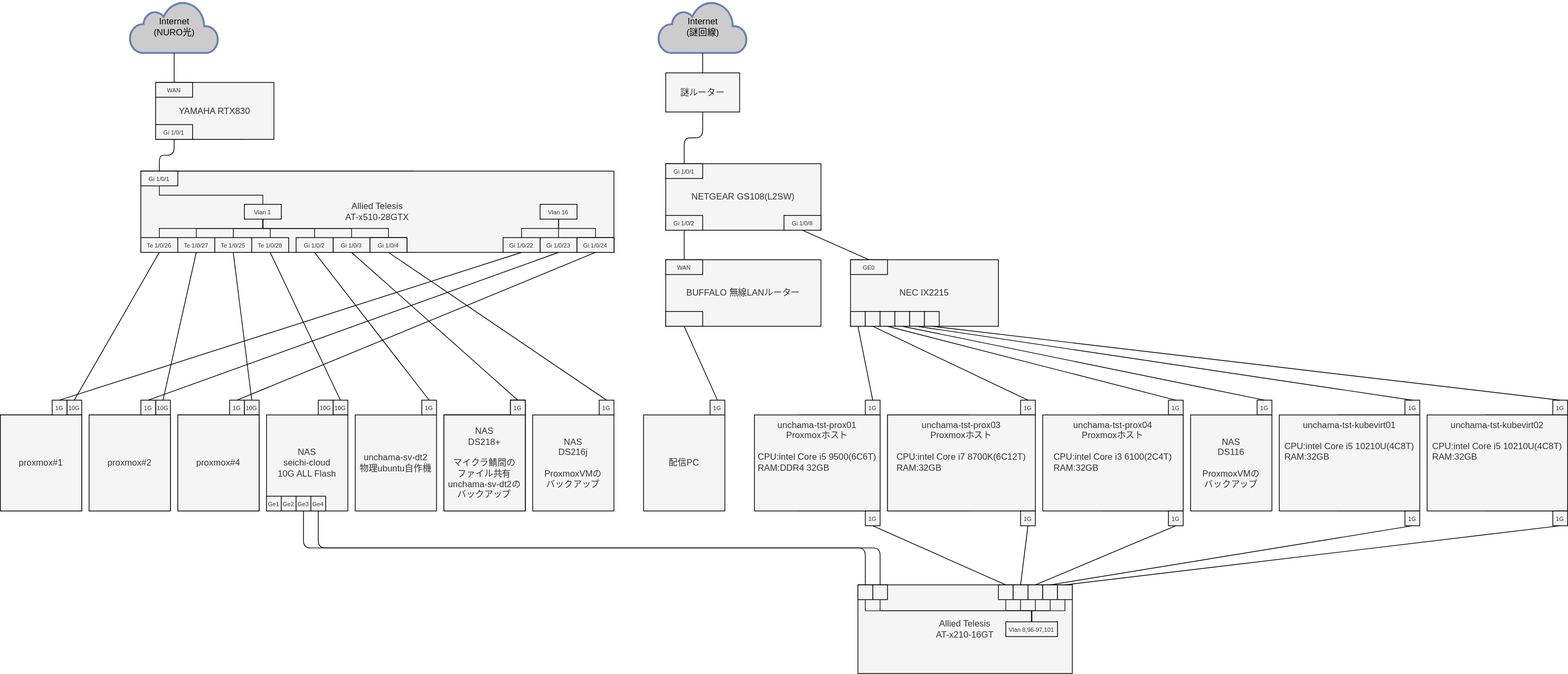
Earlier version of the draw.io export diagrams/unchama-home-infra-gen01.drawio.svg (GiganticMinecraft/seichi_infra). Source tidied: cells renumbered, new cells last; positions are measured from the earlier drawing's top-left corner, leaving out a move shared by most shapes.
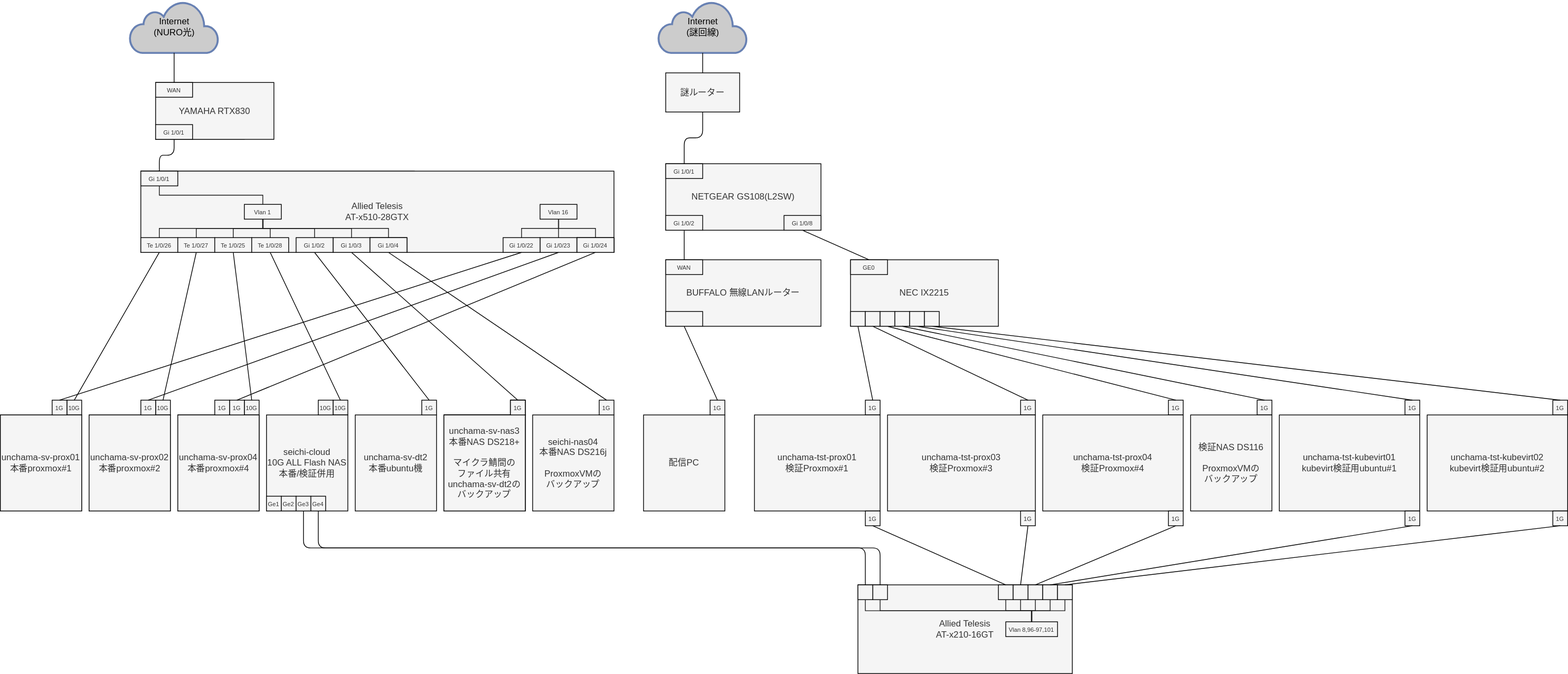
The same file after the commit.

Commit message:
docs: 現行のコンピュートリソースを表にする

Change to the diagram source:
```diff
@@ -50,13 +50,13 @@
     <mxCell id="17" value="&lt;font style=&quot;font-size: 8px&quot;&gt;Te 1/0/26&lt;/font&gt;" style="rounded=0;whiteSpace=wrap;html=1;fillColor=#f5f5f5;strokeColor=#000000;fontColor=#333333;align=center;verticalAlign=middle;" parent="1" vertex="1">
       <mxGeometry x="190" y="320" width="50" height="20" as="geometry" />
     </mxCell>
-    <mxCell id="18" value="proxmox#4" style="rounded=0;whiteSpace=wrap;html=1;fillColor=#f5f5f5;strokeColor=#000000;fontColor=#333333;" parent="1" vertex="1">
+    <mxCell id="18" value="unchama-sv-prox04&lt;br&gt;本番proxmox#4" style="rounded=0;whiteSpace=wrap;html=1;fillColor=#f5f5f5;strokeColor=#000000;fontColor=#333333;" parent="1" vertex="1">
       <mxGeometry x="240" y="560" width="110" height="130" as="geometry" />
     </mxCell>
-    <mxCell id="19" value="proxmox#2" style="rounded=0;whiteSpace=wrap;html=1;fillColor=#f5f5f5;strokeColor=#000000;fontColor=#333333;" parent="1" vertex="1">
+    <mxCell id="19" value="unchama-sv-prox02&lt;br&gt;本番proxmox#2" style="rounded=0;whiteSpace=wrap;html=1;fillColor=#f5f5f5;strokeColor=#000000;fontColor=#333333;" parent="1" vertex="1">
       <mxGeometry x="120" y="560" width="110" height="130" as="geometry" />
     </mxCell>
-    <mxCell id="20" value="proxmox#1" style="rounded=0;whiteSpace=wrap;html=1;fillColor=#f5f5f5;strokeColor=#000000;fontColor=#333333;" parent="1" vertex="1">
+    <mxCell id="20" value="unchama-sv-prox01&lt;br&gt;本番proxmox#1" style="rounded=0;whiteSpace=wrap;html=1;fillColor=#f5f5f5;strokeColor=#000000;fontColor=#333333;" parent="1" vertex="1">
       <mxGeometry y="560" width="110" height="130" as="geometry" />
     </mxCell>
     <mxCell id="21" style="edgeStyle=orthogonalEdgeStyle;rounded=0;html=1;labelBackgroundColor=default;fontSize=9;fontColor=none;endArrow=none;endFill=0;strokeColor=#1A1A1A;entryX=0.5;entryY=1;entryDx=0;entryDy=0;exitX=0.5;exitY=0;exitDx=0;exitDy=0;" parent="1" edge="1" source="22" target="139">
@@ -80,7 +80,7 @@
     <mxCell id="27" value="&lt;span style=&quot;font-size: 8px&quot;&gt;10G&lt;/span&gt;" style="rounded=0;whiteSpace=wrap;html=1;fillColor=#f5f5f5;strokeColor=#000000;fontColor=#333333;" parent="1" vertex="1">
       <mxGeometry x="450" y="540" width="20" height="20" as="geometry" />
     </mxCell>
-    <mxCell id="28" value="NAS&lt;br&gt;seichi-cloud&lt;br&gt;10G ALL Flash" style="rounded=0;whiteSpace=wrap;html=1;fillColor=#f5f5f5;strokeColor=#000000;fontColor=#333333;" parent="1" vertex="1">
+    <mxCell id="28" value="seichi-cloud&lt;br&gt;10G ALL Flash NAS&lt;br&gt;本番/検証併用" style="rounded=0;whiteSpace=wrap;html=1;fillColor=#f5f5f5;strokeColor=#000000;fontColor=#333333;" parent="1" vertex="1">
       <mxGeometry x="360" y="560" width="110" height="130" as="geometry" />
     </mxCell>
     <mxCell id="29" value="&lt;font style=&quot;font-size: 8px&quot;&gt;Gi 1/0/1&lt;/font&gt;" style="rounded=0;whiteSpace=wrap;html=1;fillColor=#f5f5f5;strokeColor=#000000;fontColor=#333333;align=center;verticalAlign=middle;" parent="1" vertex="1">
@@ -110,7 +110,7 @@
     <mxCell id="37" value="&lt;span style=&quot;font-size: 8px&quot;&gt;1G&lt;/span&gt;" style="rounded=0;whiteSpace=wrap;html=1;fillColor=#f5f5f5;strokeColor=#000000;fontColor=#333333;" parent="1" vertex="1">
       <mxGeometry x="690" y="540" width="20" height="20" as="geometry" />
     </mxCell>
-    <mxCell id="38" value="NAS&lt;br&gt;DS218+&lt;br&gt;&lt;br&gt;マイクラ鯖間の&lt;br&gt;ファイル共有&lt;br&gt;unchama-sv-dt2の&lt;br&gt;バックアップ" style="rounded=0;whiteSpace=wrap;html=1;fillColor=#f5f5f5;strokeColor=#000000;fontColor=#333333;" parent="1" vertex="1">
+    <mxCell id="38" value="unchama-sv-nas3&lt;br&gt;本番NAS DS218+&lt;br&gt;&lt;br&gt;マイクラ鯖間の&lt;br&gt;ファイル共有&lt;br&gt;unchama-sv-dt2の&lt;br&gt;バックアップ" style="rounded=0;whiteSpace=wrap;html=1;fillColor=#f5f5f5;strokeColor=#000000;fontColor=#333333;" parent="1" vertex="1">
       <mxGeometry x="600" y="560" width="110" height="130" as="geometry" />
     </mxCell>
     <mxCell id="39" value="&lt;span style=&quot;font-size: 8px&quot;&gt;1G&lt;/span&gt;" style="rounded=0;whiteSpace=wrap;html=1;fillColor=#f5f5f5;strokeColor=#000000;fontColor=#333333;" parent="1" vertex="1">
@@ -119,7 +119,7 @@
     <mxCell id="40" value="&lt;font style=&quot;font-size: 8px&quot;&gt;Gi 1/0/14&lt;/font&gt;" style="rounded=0;whiteSpace=wrap;html=1;fillColor=#f5f5f5;strokeColor=#000000;fontColor=#333333;align=center;verticalAlign=middle;" parent="1" vertex="1">
       <mxGeometry x="500" y="320" width="50" height="20" as="geometry" />
     </mxCell>
-    <mxCell id="41" value="NAS&lt;br&gt;DS216j&lt;br&gt;&lt;br&gt;ProxmoxVMの&lt;br&gt;バックアップ" style="rounded=0;whiteSpace=wrap;html=1;fillColor=#f5f5f5;strokeColor=#000000;fontColor=#333333;" parent="1" vertex="1">
+    <mxCell id="41" value="seichi-nas04&lt;br&gt;本番NAS DS216j&lt;br&gt;&lt;br&gt;ProxmoxVMの&lt;br&gt;バックアップ" style="rounded=0;whiteSpace=wrap;html=1;fillColor=#f5f5f5;strokeColor=#000000;fontColor=#333333;" parent="1" vertex="1">
       <mxGeometry x="720" y="560" width="110" height="130" as="geometry" />
     </mxCell>
     <mxCell id="42" value="&lt;span style=&quot;font-size: 8px&quot;&gt;1G&lt;/span&gt;" style="rounded=0;whiteSpace=wrap;html=1;fillColor=#f5f5f5;strokeColor=#000000;fontColor=#333333;" parent="1" vertex="1">
@@ -131,7 +131,7 @@
     <mxCell id="44" value="&lt;font style=&quot;font-size: 8px&quot;&gt;Gi 1/0/4&lt;/font&gt;" style="rounded=0;whiteSpace=wrap;html=1;fillColor=#f5f5f5;strokeColor=#000000;fontColor=#333333;align=center;verticalAlign=middle;" parent="1" vertex="1">
       <mxGeometry x="500" y="320" width="50" height="20" as="geometry" />
     </mxCell>
-    <mxCell id="45" value="unchama-sv-dt2&lt;br&gt;物理ubuntu自作機" style="rounded=0;whiteSpace=wrap;html=1;fillColor=#f5f5f5;strokeColor=#000000;fontColor=#333333;" parent="1" vertex="1">
+    <mxCell id="45" value="unchama-sv-dt2&lt;br&gt;本番ubuntu機" style="rounded=0;whiteSpace=wrap;html=1;fillColor=#f5f5f5;strokeColor=#000000;fontColor=#333333;" parent="1" vertex="1">
       <mxGeometry x="480" y="560" width="110" height="130" as="geometry" />
     </mxCell>
     <mxCell id="46" style="edgeStyle=orthogonalEdgeStyle;rounded=0;html=1;labelBackgroundColor=default;fontSize=9;fontColor=none;endArrow=none;endFill=0;strokeColor=#1A1A1A;exitX=0.5;exitY=0;exitDx=0;exitDy=0;" parent="1" edge="1" source="47" target="139">
@@ -185,34 +185,22 @@
     <mxCell id="62" style="rounded=0;whiteSpace=wrap;html=1;fillColor=#f5f5f5;strokeColor=#000000;fontColor=#333333;align=center;verticalAlign=middle;" parent="1" vertex="1">
       <mxGeometry x="1150" y="420" width="20" height="20" as="geometry" />
     </mxCell>
-    <mxCell id="63" value="proxmox#1" style="rounded=0;whiteSpace=wrap;html=1;fillColor=#f5f5f5;strokeColor=#666666;fontColor=#333333;" parent="1" vertex="1">
-      <mxGeometry x="1080" y="560" width="110" height="130" as="geometry" />
-    </mxCell>
     <mxCell id="64" value="&lt;span style=&quot;font-size: 8px&quot;&gt;1G&lt;/span&gt;" style="rounded=0;whiteSpace=wrap;html=1;fillColor=#f5f5f5;strokeColor=#000000;fontColor=#333333;" parent="1" vertex="1">
       <mxGeometry x="1170" y="540" width="20" height="20" as="geometry" />
     </mxCell>
-    <mxCell id="65" value="proxmox#2" style="rounded=0;whiteSpace=wrap;html=1;fillColor=#f5f5f5;strokeColor=#666666;fontColor=#333333;" parent="1" vertex="1">
-      <mxGeometry x="1200" y="560" width="110" height="130" as="geometry" />
-    </mxCell>
     <mxCell id="66" value="&lt;span style=&quot;font-size: 8px&quot;&gt;1G&lt;/span&gt;" style="rounded=0;whiteSpace=wrap;html=1;fillColor=#f5f5f5;strokeColor=#000000;fontColor=#333333;" parent="1" vertex="1">
       <mxGeometry x="1380" y="540" width="20" height="20" as="geometry" />
     </mxCell>
-    <mxCell id="67" value="proxmox#3" style="rounded=0;whiteSpace=wrap;html=1;fillColor=#f5f5f5;strokeColor=#666666;fontColor=#333333;" parent="1" vertex="1">
-      <mxGeometry x="1490" y="560" width="110" height="130" as="geometry" />
-    </mxCell>
     <mxCell id="68" value="&lt;span style=&quot;font-size: 8px&quot;&gt;1G&lt;/span&gt;" style="rounded=0;whiteSpace=wrap;html=1;fillColor=#f5f5f5;strokeColor=#000000;fontColor=#333333;" parent="1" vertex="1">
       <mxGeometry x="1580" y="540" width="20" height="20" as="geometry" />
     </mxCell>
-    <mxCell id="69" value="proxmox#3" style="rounded=0;whiteSpace=wrap;html=1;fillColor=#f5f5f5;strokeColor=#666666;fontColor=#333333;" parent="1" vertex="1">
-      <mxGeometry x="1490" y="560" width="110" height="130" as="geometry" />
-    </mxCell>
-    <mxCell id="70" value="unchama-tst-prox04&lt;br&gt;Proxmoxホスト&lt;br&gt;&lt;br&gt;&lt;div style=&quot;text-align: left&quot;&gt;CPU:intel Core i3 6100(2C4T)&lt;/div&gt;&lt;div style=&quot;text-align: left&quot;&gt;RAM:32GB&lt;/div&gt;" style="rounded=0;whiteSpace=wrap;html=1;fillColor=#f5f5f5;strokeColor=#000000;fontColor=#333333;verticalAlign=top;" parent="1" vertex="1">
+    <mxCell id="70" value="unchama-tst-prox04&lt;br&gt;検証Proxmox#4" style="rounded=0;whiteSpace=wrap;html=1;fillColor=#f5f5f5;strokeColor=#000000;fontColor=#333333;verticalAlign=middle;" parent="1" vertex="1">
       <mxGeometry x="1410" y="560" width="190" height="130" as="geometry" />
     </mxCell>
-    <mxCell id="71" value="unchama-tst-prox03&lt;br&gt;Proxmoxホスト&lt;br&gt;&lt;br&gt;&lt;div style=&quot;text-align: left&quot;&gt;CPU:intel Core i7 8700K(6C12T)&lt;/div&gt;&lt;div style=&quot;text-align: left&quot;&gt;RAM:32GB&lt;/div&gt;" style="rounded=0;whiteSpace=wrap;html=1;fillColor=#f5f5f5;strokeColor=#000000;fontColor=#333333;verticalAlign=top;" parent="1" vertex="1">
+    <mxCell id="71" value="unchama-tst-prox03&lt;br&gt;検証Proxmox#3" style="rounded=0;whiteSpace=wrap;html=1;fillColor=#f5f5f5;strokeColor=#000000;fontColor=#333333;verticalAlign=middle;" parent="1" vertex="1">
       <mxGeometry x="1200" y="560" width="200" height="130" as="geometry" />
     </mxCell>
-    <mxCell id="72" value="unchama-tst-prox01&lt;br&gt;Proxmoxホスト&lt;br&gt;&lt;br&gt;&lt;div style=&quot;text-align: left&quot;&gt;CPU:intel Core i5 9500(6C6T)&lt;/div&gt;&lt;div style=&quot;text-align: left&quot;&gt;RAM:DDR4 32GB&lt;/div&gt;" style="rounded=0;whiteSpace=wrap;html=1;fillColor=#f5f5f5;strokeColor=#000000;fontColor=#333333;verticalAlign=top;" parent="1" vertex="1">
+    <mxCell id="72" value="unchama-tst-prox01&lt;br&gt;検証Proxmox#1" style="rounded=0;whiteSpace=wrap;html=1;fillColor=#f5f5f5;strokeColor=#000000;fontColor=#333333;verticalAlign=middle;" parent="1" vertex="1">
       <mxGeometry x="1020" y="560" width="170" height="130" as="geometry" />
     </mxCell>
     <mxCell id="73" style="rounded=0;whiteSpace=wrap;html=1;fillColor=#f5f5f5;strokeColor=#000000;fontColor=#333333;align=center;verticalAlign=middle;" parent="1" vertex="1">
@@ -230,7 +218,7 @@
     <mxCell id="77" value="&lt;span style=&quot;font-size: 8px&quot;&gt;1G&lt;/span&gt;" style="rounded=0;whiteSpace=wrap;html=1;fillColor=#f5f5f5;strokeColor=#000000;fontColor=#333333;" parent="1" vertex="1">
       <mxGeometry x="1700" y="540" width="20" height="20" as="geometry" />
     </mxCell>
-    <mxCell id="78" value="NAS&lt;br&gt;DS116&lt;br&gt;&lt;br&gt;ProxmoxVMの&lt;br&gt;バックアップ" style="rounded=0;whiteSpace=wrap;html=1;fillColor=#f5f5f5;strokeColor=#000000;fontColor=#333333;" parent="1" vertex="1">
+    <mxCell id="78" value="検証NAS DS116&lt;br&gt;&lt;br&gt;ProxmoxVMの&lt;br&gt;バックアップ" style="rounded=0;whiteSpace=wrap;html=1;fillColor=#f5f5f5;strokeColor=#000000;fontColor=#333333;" parent="1" vertex="1">
       <mxGeometry x="1610" y="560" width="110" height="130" as="geometry" />
     </mxCell>
     <mxCell id="79" style="rounded=1;jettySize=auto;html=1;strokeColor=default;fontColor=#000000;endArrow=none;exitX=0.5;exitY=1;exitDx=0;exitDy=0;entryX=0.5;entryY=0;entryDx=0;entryDy=0;" parent="1" edge="1" source="76" target="77">
@@ -287,31 +275,19 @@
     <mxCell id="96" style="rounded=0;whiteSpace=wrap;html=1;fillColor=#f5f5f5;strokeColor=#000000;fontColor=#333333;align=center;verticalAlign=middle;" parent="1" vertex="1">
       <mxGeometry x="1160" y="790" width="20" height="20" as="geometry" />
     </mxCell>
-    <mxCell id="97" value="proxmox#3" style="rounded=0;whiteSpace=wrap;html=1;fillColor=#f5f5f5;strokeColor=#666666;fontColor=#333333;" parent="1" vertex="1">
-      <mxGeometry x="1810" y="560" width="110" height="130" as="geometry" />
-    </mxCell>
     <mxCell id="98" value="&lt;span style=&quot;font-size: 8px&quot;&gt;1G&lt;/span&gt;" style="rounded=0;whiteSpace=wrap;html=1;fillColor=#f5f5f5;strokeColor=#000000;fontColor=#333333;" parent="1" vertex="1">
       <mxGeometry x="1900" y="540" width="20" height="20" as="geometry" />
     </mxCell>
-    <mxCell id="99" value="proxmox#3" style="rounded=0;whiteSpace=wrap;html=1;fillColor=#f5f5f5;strokeColor=#666666;fontColor=#333333;" parent="1" vertex="1">
-      <mxGeometry x="1810" y="560" width="110" height="130" as="geometry" />
-    </mxCell>
-    <mxCell id="100" value="unchama-tst-kubevirt01&lt;br&gt;&lt;br&gt;&lt;div style=&quot;text-align: left&quot;&gt;CPU:intel Core i5 10210U(4C8T)&lt;/div&gt;&lt;div style=&quot;text-align: left&quot;&gt;RAM:32GB&lt;/div&gt;" style="rounded=0;whiteSpace=wrap;html=1;fillColor=#f5f5f5;strokeColor=#000000;fontColor=#333333;verticalAlign=top;" parent="1" vertex="1">
+    <mxCell id="100" value="unchama-tst-kubevirt01&lt;br&gt;kubevirt検証用ubuntu#1" style="rounded=0;whiteSpace=wrap;html=1;fillColor=#f5f5f5;strokeColor=#000000;fontColor=#333333;verticalAlign=middle;align=center;" parent="1" vertex="1">
       <mxGeometry x="1730" y="560" width="190" height="130" as="geometry" />
     </mxCell>
     <mxCell id="101" value="&lt;span style=&quot;font-size: 8px&quot;&gt;1G&lt;/span&gt;" style="rounded=0;whiteSpace=wrap;html=1;fillColor=#f5f5f5;strokeColor=#000000;fontColor=#333333;" parent="1" vertex="1">
       <mxGeometry x="1900" y="690" width="20" height="20" as="geometry" />
     </mxCell>
-    <mxCell id="102" value="proxmox#3" style="rounded=0;whiteSpace=wrap;html=1;fillColor=#f5f5f5;strokeColor=#666666;fontColor=#333333;" parent="1" vertex="1">
-      <mxGeometry x="2010" y="560" width="110" height="130" as="geometry" />
-    </mxCell>
     <mxCell id="103" value="&lt;span style=&quot;font-size: 8px&quot;&gt;1G&lt;/span&gt;" style="rounded=0;whiteSpace=wrap;html=1;fillColor=#f5f5f5;strokeColor=#000000;fontColor=#333333;" parent="1" vertex="1">
       <mxGeometry x="2100" y="540" width="20" height="20" as="geometry" />
     </mxCell>
-    <mxCell id="104" value="proxmox#3" style="rounded=0;whiteSpace=wrap;html=1;fillColor=#f5f5f5;strokeColor=#666666;fontColor=#333333;" parent="1" vertex="1">
-      <mxGeometry x="2010" y="560" width="110" height="130" as="geometry" />
-    </mxCell>
-    <mxCell id="105" value="unchama-tst-kubevirt02&lt;br&gt;&lt;br&gt;&lt;div style=&quot;text-align: left&quot;&gt;CPU:intel Core i5 10210U(4C8T)&lt;/div&gt;&lt;div style=&quot;text-align: left&quot;&gt;RAM:32GB&lt;/div&gt;" style="rounded=0;whiteSpace=wrap;html=1;fillColor=#f5f5f5;strokeColor=#000000;fontColor=#333333;verticalAlign=top;" parent="1" vertex="1">
+    <mxCell id="105" value="unchama-tst-kubevirt02&lt;br&gt;kubevirt検証用ubuntu#2" style="rounded=0;whiteSpace=wrap;html=1;fillColor=#f5f5f5;strokeColor=#000000;fontColor=#333333;verticalAlign=middle;" parent="1" vertex="1">
       <mxGeometry x="1930" y="560" width="190" height="130" as="geometry" />
     </mxCell>
     <mxCell id="106" value="&lt;span style=&quot;font-size: 8px&quot;&gt;1G&lt;/span&gt;" style="rounded=0;whiteSpace=wrap;html=1;fillColor=#f5f5f5;strokeColor=#000000;fontColor=#333333;" parent="1" vertex="1">
@@ -467,5 +443,8 @@
     <mxCell id="156" value="&lt;span style=&quot;font-size: 8px&quot;&gt;Vlan 8,96-97,101&lt;/span&gt;" style="rounded=0;whiteSpace=wrap;html=1;fillColor=#f5f5f5;strokeColor=#000000;fontColor=#333333;align=center;verticalAlign=middle;" parent="1" vertex="1">
       <mxGeometry x="1360" y="840" width="70" height="20" as="geometry" />
     </mxCell>
+    <mxCell id="157" value="&lt;span style=&quot;font-size: 8px&quot;&gt;1G&lt;/span&gt;" style="rounded=0;whiteSpace=wrap;html=1;fillColor=#f5f5f5;strokeColor=#000000;fontColor=#333333;" parent="1" vertex="1">
+      <mxGeometry x="290" y="540" width="20" height="20" as="geometry" />
+    </mxCell>
   </root>
 </mxGraphModel>
```
